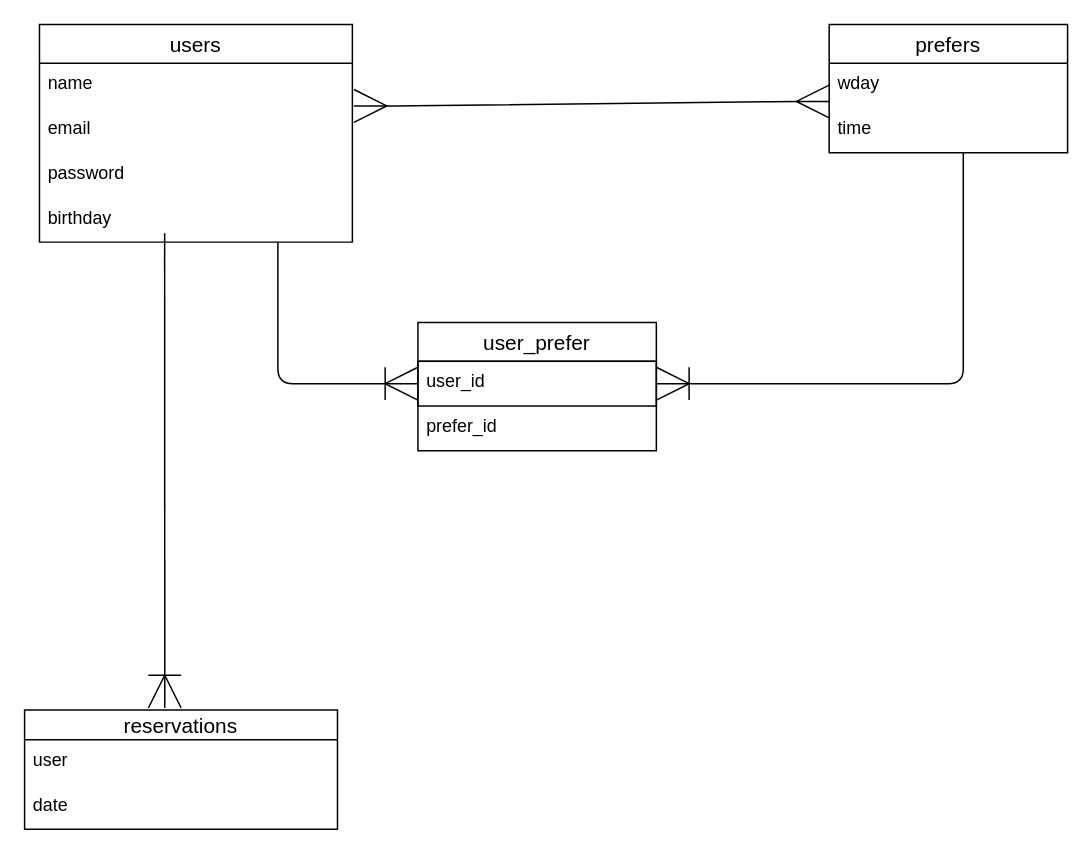
iehnfmsm/nailsalon keeps this draw.io diagram as nailsalon.dio. Above is the earlier version. Source tidied: cells renumbered, new cells numbered last; positions are measured from the earlier drawing's top-left corner, leaving out a move shared by most shapes. Both pictures are drawn from the tidied source at 149%, with x=0, y=0 at pixel (24, 24).
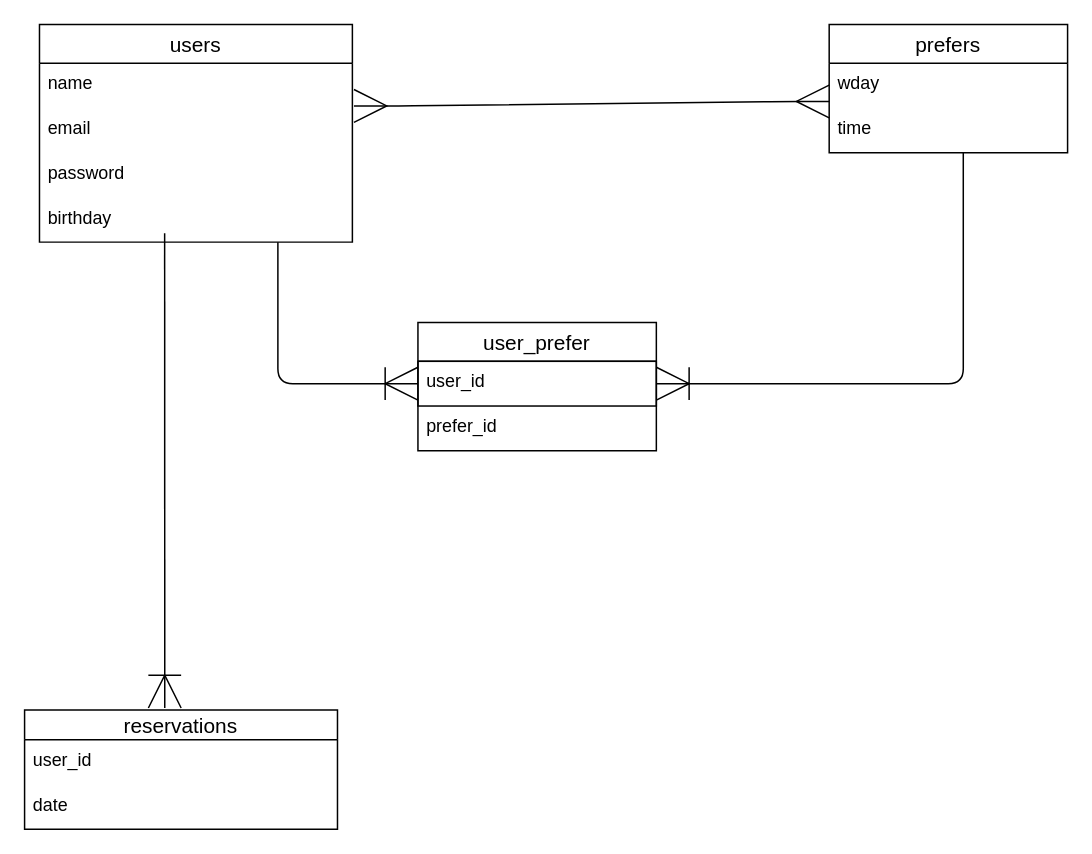
The same diagram, later.

Unchanged cells that the change refers to:
```xml
<mxCell id="7" value="reservations" style="swimlane;fontStyle=0;horizontal=1;startSize=20;align=center;fontSize=14;" parent="1" vertex="1">
  <mxGeometry y="460" width="210" height="80" as="geometry" />
</mxCell>
```

Change to the diagram source:
```diff
@@
-    <mxCell id="8" value="user" style="text;strokeColor=none;fillColor=none;spacingLeft=4;spacingRight=4;overflow=hidden;fontSize=12;" parent="7" vertex="1">
+    <mxCell id="8" value="user_id" style="text;strokeColor=none;fillColor=none;spacingLeft=4;spacingRight=4;overflow=hidden;fontSize=12;" parent="7" vertex="1">
       <mxGeometry y="20" width="210" height="30" as="geometry" />
     </mxCell>
```
